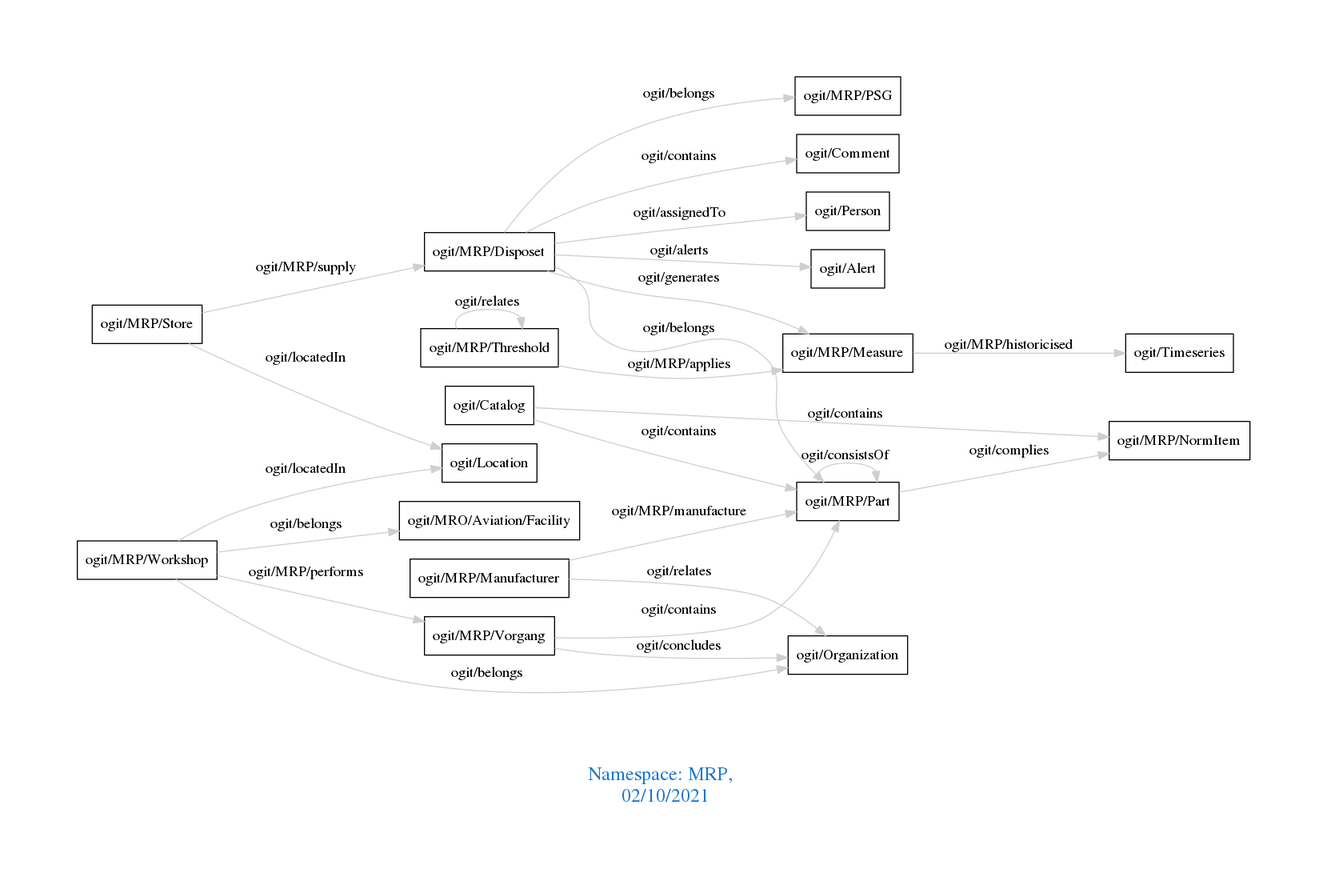
The Graphviz diagram downloads/MRP.png in arago/OGIT, before a commit. Its source is kept beside it as downloads/MRP.dot.
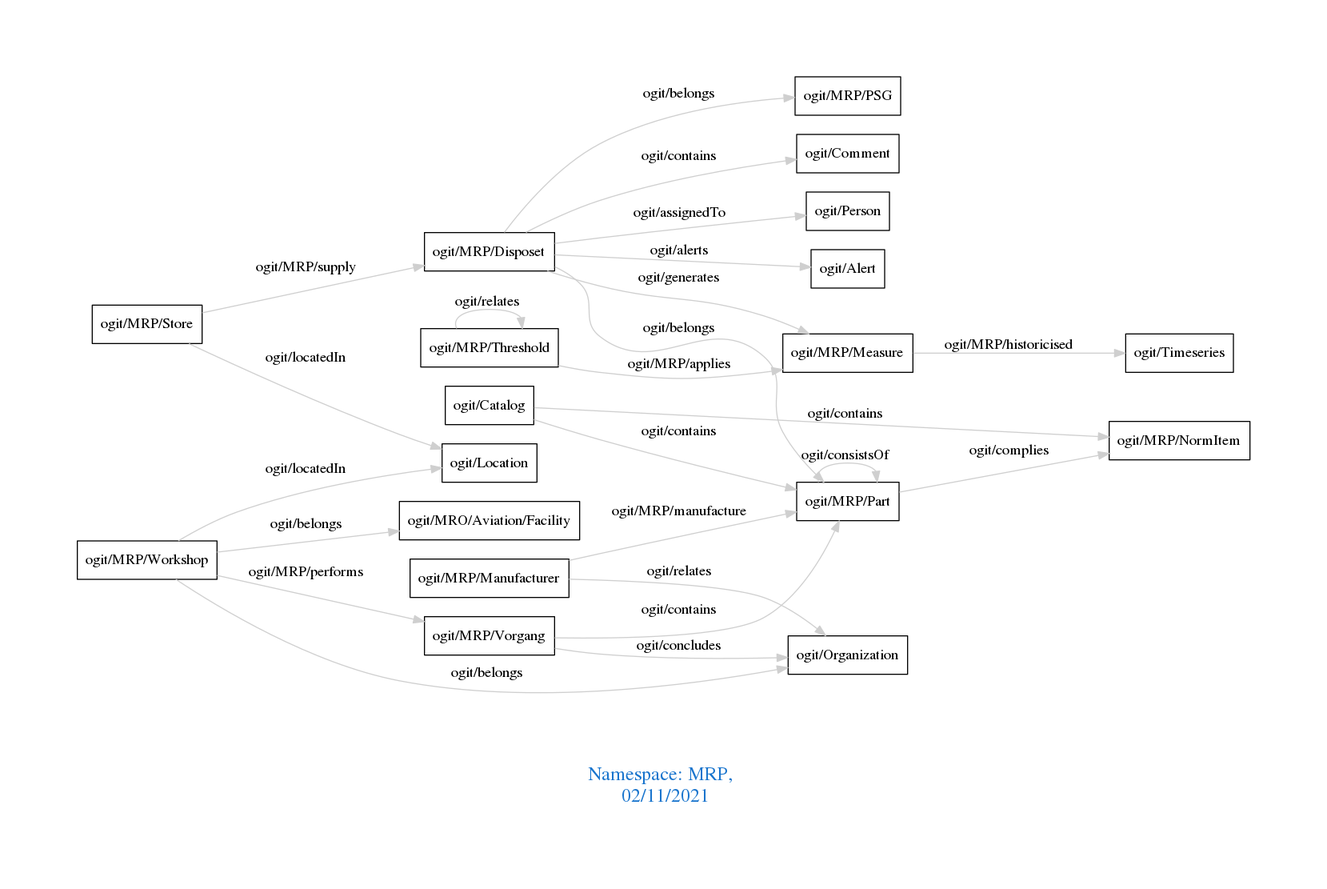
The same diagram one commit later.

Diff of the diagram source:
```diff
@@ -1,7 +1,7 @@
 digraph OGIT_ontology {
  graph [ rankdir= LR,pad=1
 fontsize = 18,
-fontcolor= dodgerblue3,label = "\n\n\nNamespace: MRP, \n 02/10/2021"];
+fontcolor= dodgerblue3,label = "\n\n\nNamespace: MRP, \n 02/11/2021"];
 node[shape=polygon];
 edge [  color="gray81"];
 
```
